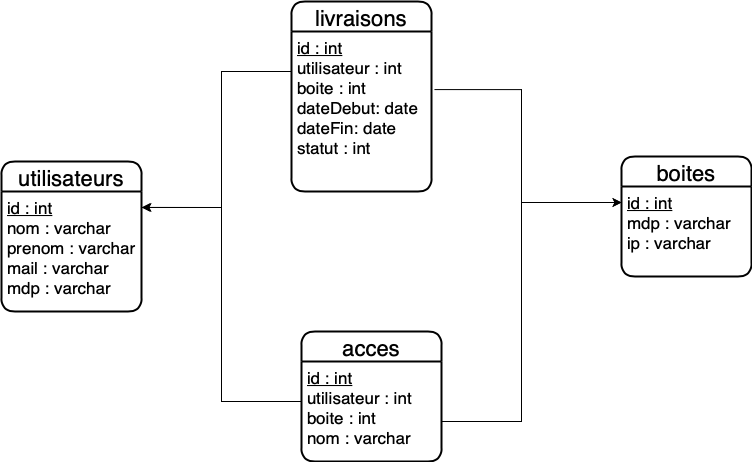
Earlier version of the draw.io export Schémas/db.png (he201749/EzDelivery). Source tidied: cells renumbered, new cells last; positions are measured from the earlier drawing's top-left corner, leaving out a move shared by most shapes.
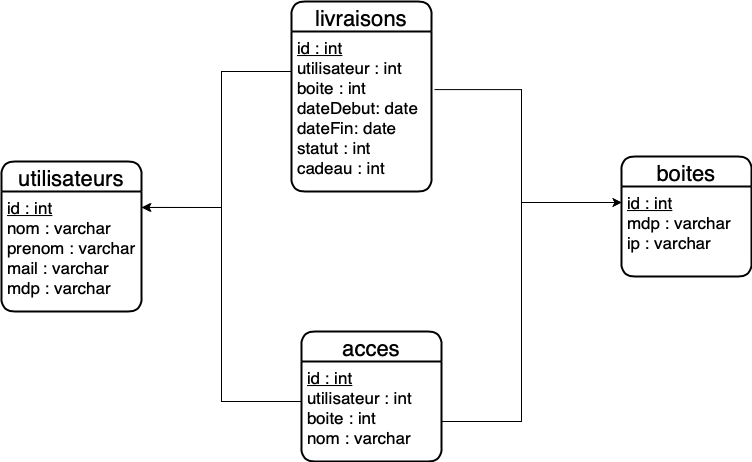
The same diagram one commit later.

Change to the diagram source:
```diff
@@ -25,7 +25,7 @@
     <mxCell id="7" value="livraisons" style="swimlane;horizontal=1;startSize=30;rounded=1;fontSize=22;fontStyle=0;strokeWidth=2;shadow=0;dashed=0;align=center;" parent="1" vertex="1">
       <mxGeometry x="290" width="140" height="190" as="geometry" />
     </mxCell>
-    <mxCell id="8" value="&lt;u&gt;id : int&lt;/u&gt;&lt;br&gt;utilisateur : int&lt;br&gt;boite : int&lt;br&gt;dateDebut: date&lt;br&gt;dateFin: date&lt;br&gt;statut : int" style="align=left;strokeColor=none;fillColor=none;spacingLeft=4;fontSize=17;verticalAlign=top;fontStyle=0;html=1;" parent="7" vertex="1">
+    <mxCell id="8" value="&lt;u&gt;id : int&lt;/u&gt;&lt;br&gt;utilisateur : int&lt;br&gt;boite : int&lt;br&gt;dateDebut: date&lt;br&gt;dateFin: date&lt;br&gt;statut : int&lt;br&gt;cadeau : int" style="align=left;strokeColor=none;fillColor=none;spacingLeft=4;fontSize=17;verticalAlign=top;fontStyle=0;html=1;" parent="7" vertex="1">
       <mxGeometry y="30" width="140" height="160" as="geometry" />
     </mxCell>
     <mxCell id="9" value="acces" style="swimlane;horizontal=1;startSize=30;rounded=1;fontSize=22;fontStyle=0;strokeWidth=2;shadow=0;dashed=0;align=center;" parent="1" vertex="1">
```
